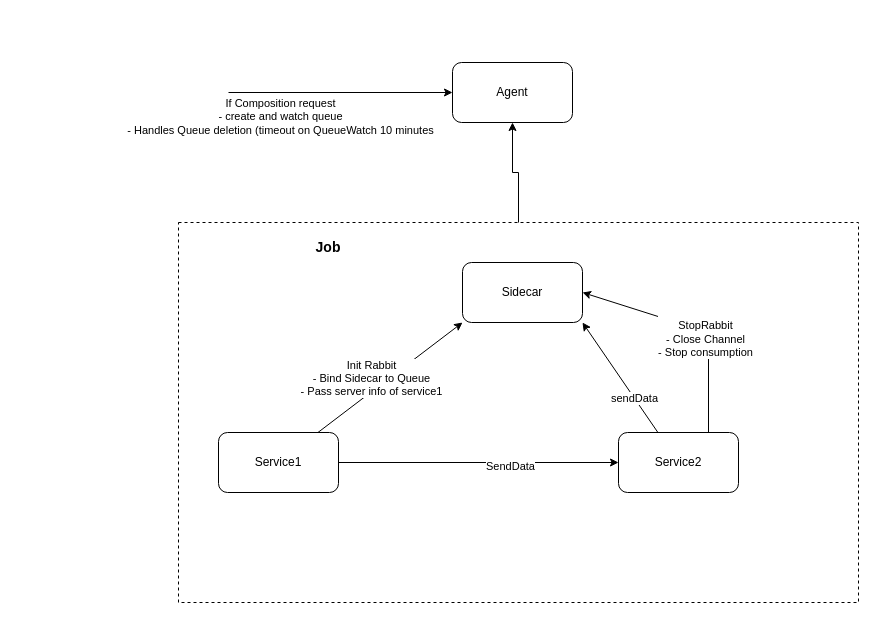
Jorrit05/DYNAMOS keeps this draw.io diagram as docs/drawio/sidecar-rabbit.drawio. Above is the earlier version. Source tidied: cells renumbered, new cells numbered last; positions are measured from the earlier drawing's top-left corner, leaving out a move shared by most shapes. Both pictures are drawn from the tidied source at 100%, with x=0, y=0 at pixel (178, 62).
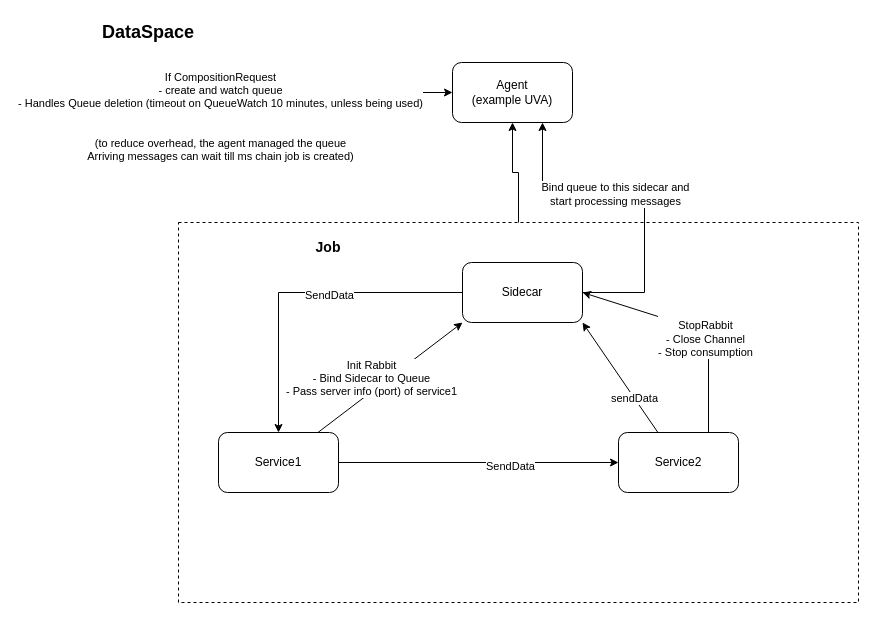
After the change.

Unchanged cells that the change refers to:
```xml
<mxCell id="4" style="rounded=0;jettySize=auto;html=1;entryX=0;entryY=1;entryDx=0;entryDy=0;" parent="1" edge="1" source="8" target="13">
  <mxGeometry relative="1" as="geometry" />
</mxCell>
<mxCell id="8" value="Service1" style="rounded=1;whiteSpace=wrap;html=1;" parent="1" vertex="1">
  <mxGeometry x="40" y="370" width="120" height="60" as="geometry" />
</mxCell>
<mxCell id="11" style="endArrow=classic;html=1;rounded=0;entryX=0;entryY=0.5;entryDx=0;entryDy=0;" parent="1" edge="1" target="9">
  <mxGeometry relative="1" as="geometry">
    <mxPoint x="50" y="30" as="sourcePoint" />
  </mxGeometry>
</mxCell>
<mxCell id="13" value="Sidecar" style="rounded=1;whiteSpace=wrap;html=1;" parent="1" vertex="1">
  <mxGeometry x="284" y="200" width="120" height="60" as="geometry" />
</mxCell>
```

The edit, as a diff of the source:
```diff
@@
-    <mxCell id="5" value="Init Rabbit&lt;div&gt;- Bind Sidecar to Queue&lt;/div&gt;&lt;div&gt;- Pass server info of service1&lt;/div&gt;" style="edgeLabel;html=1;align=center;verticalAlign=middle;" parent="4" vertex="1">
+    <mxCell id="5" value="Init Rabbit&lt;div&gt;- Bind Sidecar to Queue&lt;/div&gt;&lt;div&gt;- Pass server info (port) of service1&lt;/div&gt;" style="edgeLabel;html=1;align=center;verticalAlign=middle;" parent="4" vertex="1">
       <mxGeometry x="-0.29" y="-4" relative="1" as="geometry">
         <mxPoint y="-19" as="offset" />
       </mxGeometry>
     </mxCell>
@@
-    <mxCell id="9" value="Agent" style="rounded=1;whiteSpace=wrap;html=1;" parent="1" vertex="1">
+    <mxCell id="9" value="Agent&lt;div&gt;(example UVA)&lt;/div&gt;" style="rounded=1;whiteSpace=wrap;html=1;" parent="1" vertex="1">
       <mxGeometry x="274" width="120" height="60" as="geometry" />
     </mxCell>
@@
-    <mxCell id="12" value="If Composition request&lt;div&gt;- create and watch queue&lt;/div&gt;&lt;div&gt;- Handles Queue deletion (timeout on QueueWatch 10 minutes&lt;/div&gt;&lt;div&gt;&lt;br&gt;&lt;/div&gt;" style="edgeLabel;html=1;align=center;verticalAlign=middle;" parent="11" vertex="1">
+    <mxCell id="12" value="If CompositionRequest&lt;div&gt;- create and watch queue&lt;/div&gt;&lt;div&gt;- Handles Queue deletion (timeout on QueueWatch 10 minutes, unless being used)&lt;/div&gt;&lt;div&gt;&lt;br&gt;&lt;/div&gt;&lt;div&gt;&lt;br&gt;&lt;/div&gt;&lt;div&gt;(to reduce overhead, the agent managed the queue&lt;br&gt;Arriving messages can wait till ms chain job is created)&lt;/div&gt;&lt;div&gt;&lt;br&gt;&lt;/div&gt;" style="edgeLabel;html=1;align=center;verticalAlign=middle;" parent="11" vertex="1">
       <mxGeometry x="-0.04" y="-4" relative="1" as="geometry">
-        <mxPoint x="-57" y="26" as="offset" />
+        <mxPoint x="-117" y="26" as="offset" />
       </mxGeometry>
     </mxCell>
+    <mxCell id="19" style="edgeStyle=orthogonalEdgeStyle;rounded=0;jettySize=auto;html=1;" parent="1" edge="1" source="13" target="8">
+      <mxGeometry relative="1" as="geometry" />
+    </mxCell>
+    <mxCell id="20" value="SendData" style="edgeLabel;html=1;align=center;verticalAlign=middle;" parent="19" vertex="1">
+      <mxGeometry x="-0.17" y="2" relative="1" as="geometry" />
+    </mxCell>
+    <mxCell id="21" style="edgeStyle=orthogonalEdgeStyle;rounded=0;jettySize=auto;html=1;entryX=0.75;entryY=1;entryDx=0;entryDy=0;" parent="1" edge="1" source="13" target="9">
+      <mxGeometry relative="1" as="geometry">
+        <Array as="points">
+          <mxPoint x="466" y="230" />
+          <mxPoint x="466" y="130" />
+          <mxPoint x="364" y="130" />
+        </Array>
+      </mxGeometry>
+    </mxCell>
+    <mxCell id="22" value="Bind queue to this sidecar and &lt;br&gt;start processing messages" style="edgeLabel;html=1;align=center;verticalAlign=middle;" parent="21" vertex="1">
+      <mxGeometry x="0.15" y="1" relative="1" as="geometry" />
+    </mxCell>
@@
+    <mxCell id="23" value="&lt;font style=&quot;font-size: 18px;&quot;&gt;&lt;b&gt;DataSpace&lt;/b&gt;&lt;/font&gt;" style="text;html=1;align=center;verticalAlign=middle;whiteSpace=wrap;rounded=0;" parent="1" vertex="1">
+      <mxGeometry x="-60" y="-45" width="60" height="30" as="geometry" />
+    </mxCell>
```
